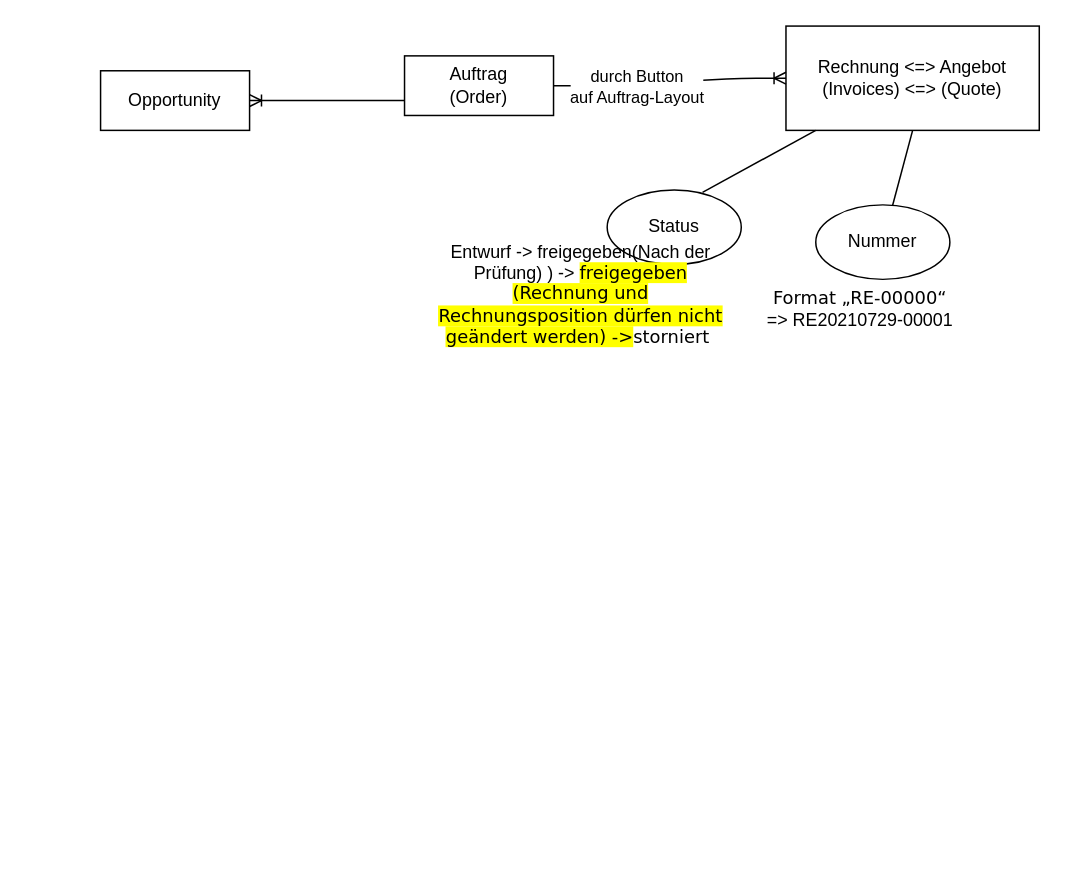
Above: Übngsaufgabe SF III.drawio in tuannguyenvn/DrawIO (draw.io), before the change. Source tidied: cells renumbered, new cells numbered last; positions are measured from the earlier drawing's top-left corner, leaving out a move shared by most shapes. Both pictures are drawn from the tidied source at 149%, with x=0, y=0 at pixel (100, 25).
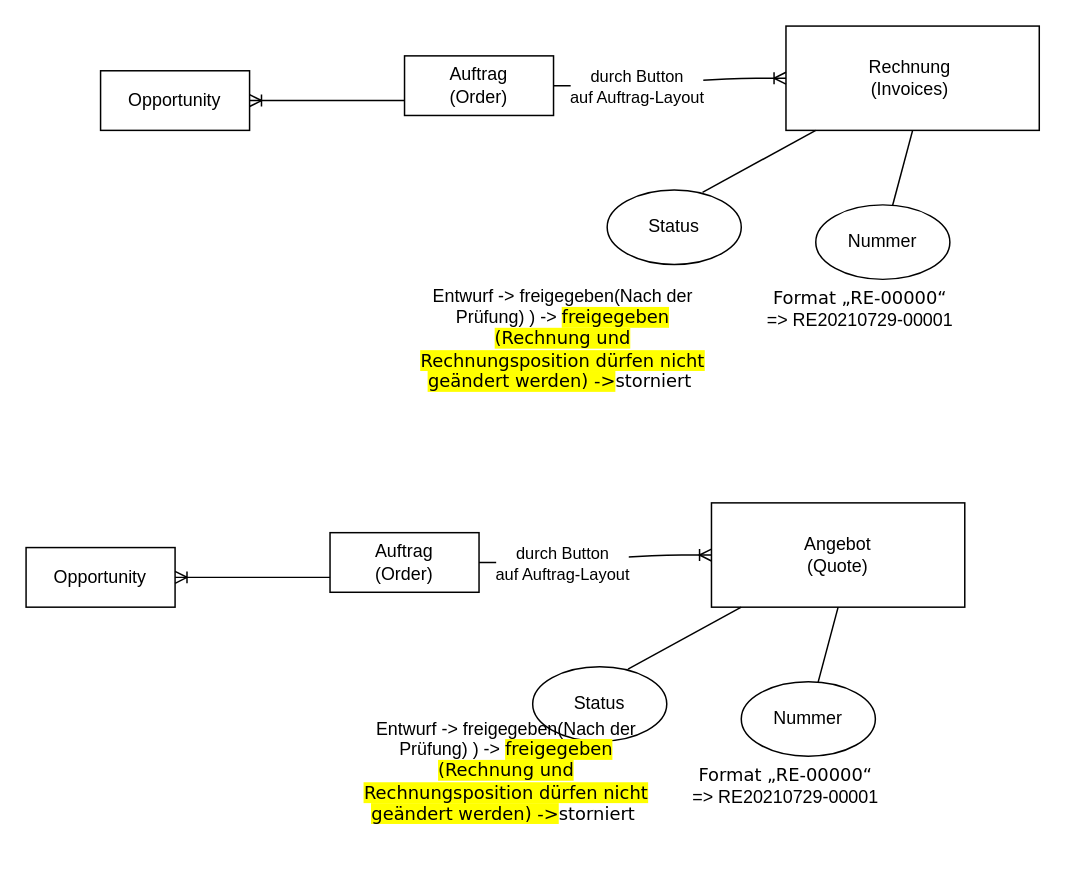
The same page after the edit.

Change to the diagram source:
```diff
@@
-    <mxCell id="5" value="Rechnung &amp;lt;=&amp;gt; Angebot&lt;br&gt;(Invoices) &amp;lt;=&amp;gt; (Quote)" style="whiteSpace=wrap;html=1;align=center;" parent="1" vertex="1">
+    <mxCell id="5" value="Rechnung&amp;nbsp;&lt;br&gt;(Invoices)&amp;nbsp;" style="whiteSpace=wrap;html=1;align=center;" parent="1" vertex="1">
       <mxGeometry x="460" width="170" height="70" as="geometry" />
     </mxCell>
@@
     <mxCell id="11" value="Entwurf -&amp;gt; freigegeben(Nach der Prüfung) ) -&amp;gt;&amp;nbsp;&lt;span style=&quot;font-size: 9pt ; font-family: &amp;#34;verdana&amp;#34; , sans-serif ; background: yellow&quot;&gt;freigegeben (Rechnung und Rechnungsposition dürfen nicht geändert werden) -&amp;gt;&lt;/span&gt;&lt;span style=&quot;font-size: 9pt ; font-family: &amp;#34;verdana&amp;#34; , sans-serif&quot;&gt;storniert&amp;nbsp;&lt;/span&gt;" style="text;html=1;strokeColor=none;fillColor=none;align=center;verticalAlign=middle;whiteSpace=wrap;rounded=0;" parent="1" vertex="1">
-      <mxGeometry x="225" y="130" width="195" height="100" as="geometry" />
+      <mxGeometry x="212.5" y="160" width="195" height="100" as="geometry" />
     </mxCell>
@@
+    <mxCell id="15" value="Opportunity" style="whiteSpace=wrap;html=1;align=center;" parent="1" vertex="1">
+      <mxGeometry x="-50" y="350" width="100" height="40" as="geometry" />
+    </mxCell>
+    <mxCell id="16" value="Auftrag&lt;br&gt;(Order)" style="whiteSpace=wrap;html=1;align=center;" parent="1" vertex="1">
+      <mxGeometry x="154" y="340" width="100" height="40" as="geometry" />
+    </mxCell>
+    <mxCell id="17" style="edgeStyle=entityRelationEdgeStyle;fontSize=12;html=1;endArrow=ERoneToMany;entryX=1;entryY=0.5;entryDx=0;entryDy=0;exitX=0;exitY=0.75;exitDx=0;exitDy=0;" parent="1" edge="1" source="16" target="15">
+      <mxGeometry relative="1" as="geometry" />
+    </mxCell>
+    <mxCell id="18" value="&amp;nbsp;Angebot&amp;nbsp;&lt;br&gt;(Quote)" style="whiteSpace=wrap;html=1;align=center;" parent="1" vertex="1">
+      <mxGeometry x="410" y="320" width="170" height="70" as="geometry" />
+    </mxCell>
+    <mxCell id="19" style="edgeStyle=entityRelationEdgeStyle;fontSize=12;html=1;endArrow=ERoneToMany;exitX=1;exitY=0.5;exitDx=0;exitDy=0;entryX=0;entryY=0.5;entryDx=0;entryDy=0;" parent="1" edge="1" source="16" target="18">
+      <mxGeometry relative="1" as="geometry" />
+    </mxCell>
+    <mxCell id="20" value="durch Button&lt;br&gt;auf Auftrag-Layout" style="edgeLabel;html=1;align=center;verticalAlign=middle;" parent="19" vertex="1">
+      <mxGeometry x="-0.3" y="-2" relative="1" as="geometry" />
+    </mxCell>
+    <mxCell id="21" value="Status" style="ellipse;whiteSpace=wrap;html=1;" parent="1" vertex="1">
+      <mxGeometry x="290" y="430" width="90" height="50" as="geometry" />
+    </mxCell>
+    <mxCell id="22" style="endArrow=none;html=1;exitX=0.711;exitY=0.032;exitDx=0;exitDy=0;exitPerimeter=0;" parent="1" edge="1" source="21">
+      <mxGeometry relative="1" as="geometry">
+        <mxPoint x="430" y="390" as="targetPoint" />
+      </mxGeometry>
+    </mxCell>
+    <mxCell id="23" style="text;html=1;strokeColor=none;fillColor=none;align=center;verticalAlign=middle;whiteSpace=wrap;rounded=0;" parent="1" vertex="1">
+      <mxGeometry x="240" y="500" width="40" height="20" as="geometry" />
+    </mxCell>
+    <mxCell id="24" value="Entwurf -&amp;gt; freigegeben(Nach der Prüfung) ) -&amp;gt;&amp;nbsp;&lt;span style=&quot;font-size: 9pt ; font-family: &amp;#34;verdana&amp;#34; , sans-serif ; background: yellow&quot;&gt;freigegeben (Rechnung und Rechnungsposition dürfen nicht geändert werden) -&amp;gt;&lt;/span&gt;&lt;span style=&quot;font-size: 9pt ; font-family: &amp;#34;verdana&amp;#34; , sans-serif&quot;&gt;storniert&amp;nbsp;&lt;/span&gt;" style="text;html=1;strokeColor=none;fillColor=none;align=center;verticalAlign=middle;whiteSpace=wrap;rounded=0;" parent="1" vertex="1">
+      <mxGeometry x="175" y="450" width="195" height="100" as="geometry" />
+    </mxCell>
+    <mxCell id="25" value="Nummer" style="ellipse;whiteSpace=wrap;html=1;" parent="1" vertex="1">
+      <mxGeometry x="430" y="440" width="90" height="50" as="geometry" />
+    </mxCell>
+    <mxCell id="26" style="endArrow=none;html=1;entryX=0.5;entryY=1;entryDx=0;entryDy=0;" parent="1" edge="1" source="25" target="18">
+      <mxGeometry relative="1" as="geometry" />
+    </mxCell>
+    <mxCell id="27" value="&lt;span style=&quot;font-size: 9pt ; font-family: &amp;#34;verdana&amp;#34; , sans-serif&quot;&gt;Format „RE-00000“&lt;br&gt;&lt;/span&gt;&lt;span&gt;=&amp;gt; RE20210729-00001&lt;/span&gt;&lt;span style=&quot;font-size: 9pt ; font-family: &amp;#34;verdana&amp;#34; , sans-serif&quot;&gt;&lt;br&gt;&lt;/span&gt;" style="text;html=1;strokeColor=none;fillColor=none;align=center;verticalAlign=middle;whiteSpace=wrap;rounded=0;" parent="1" vertex="1">
+      <mxGeometry x="390" y="500" width="140" height="20" as="geometry" />
+    </mxCell>
```
